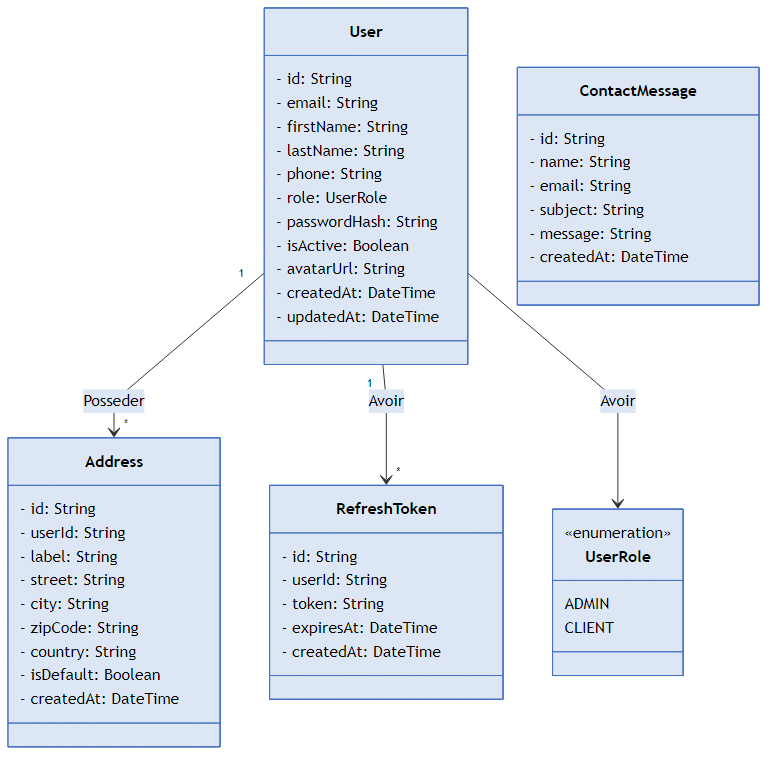
hamzabenmarwen/app_pfe keeps this Mermaid diagram as rapport/diagrams/class_sprint1.png. Above is the earlier version. Its source is kept beside it as mermaid_sources/class_sprint1.mmd.
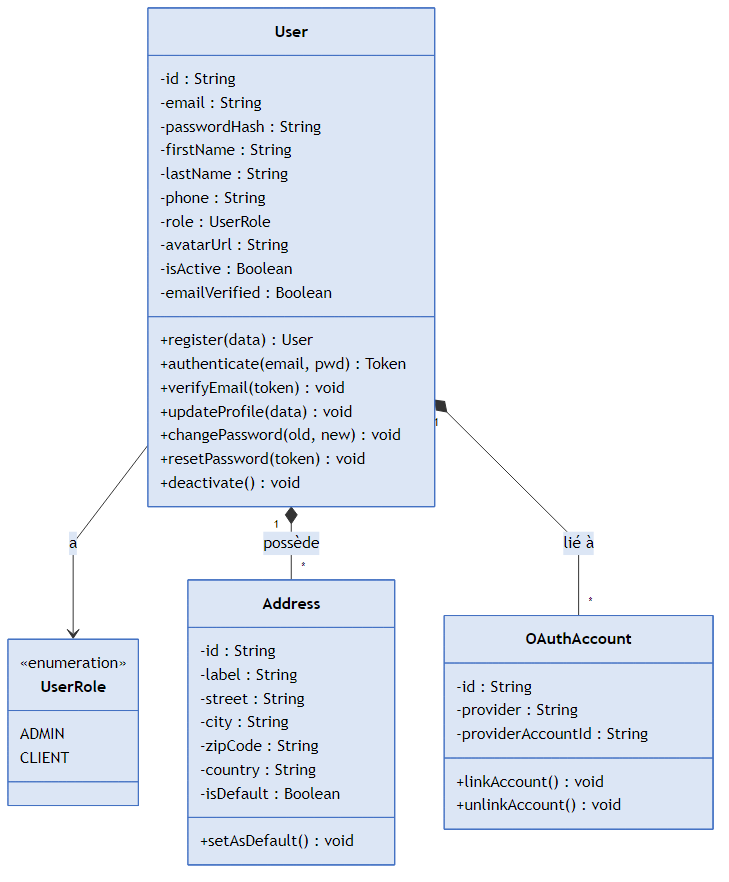
Later version of the same file.

Diff of the diagram source:
```diff
@@ -1,45 +1,24 @@
 classDiagram
+    direction TB
+
     class User {
-        - id: String
-        - email: String
-        - firstName: String
-        - lastName: String
-        - phone: String
-        - role: UserRole
-        - passwordHash: String
-        - isActive: Boolean
-        - avatarUrl: String
-        - createdAt: DateTime
-        - updatedAt: DateTime
-    }
-
-    class Address {
-        - id: String
-        - userId: String
-        - label: String
-        - street: String
-        - city: String
-        - zipCode: String
-        - country: String
-        - isDefault: Boolean
-        - createdAt: DateTime
-    }
-
-    class RefreshToken {
-        - id: String
-        - userId: String
-        - token: String
-        - expiresAt: DateTime
-        - createdAt: DateTime
-    }
-
-    class ContactMessage {
-        - id: String
-        - name: String
-        - email: String
-        - subject: String
-        - message: String
-        - createdAt: DateTime
+        -id : String
+        -email : String
+        -passwordHash : String
+        -firstName : String
+        -lastName : String
+        -phone : String
+        -role : UserRole
+        -avatarUrl : String
+        -isActive : Boolean
+        -emailVerified : Boolean
+        +register(data) User
+        +authenticate(email, pwd) Token
+        +verifyEmail(token) void
+        +updateProfile(data) void
+        +changePassword(old, new) void
+        +resetPassword(token) void
+        +deactivate() void
     }
 
     class UserRole {
@@ -48,6 +27,25 @@
         CLIENT
     }
 
-    User "1" --> "*" Address : Posseder
-    User "1" --> "*" RefreshToken : Avoir
-    User --> UserRole : Avoir
+    class Address {
+        -id : String
+        -label : String
+        -street : String
+        -city : String
+        -zipCode : String
+        -country : String
+        -isDefault : Boolean
+        +setAsDefault() void
+    }
+
+    class OAuthAccount {
+        -id : String
+        -provider : String
+        -providerAccountId : String
+        +linkAccount() void
+        +unlinkAccount() void
+    }
+
+    User --> UserRole : a
+    User "1" *-- "*" Address : possède
+    User "1" *-- "*" OAuthAccount : lié à
```
